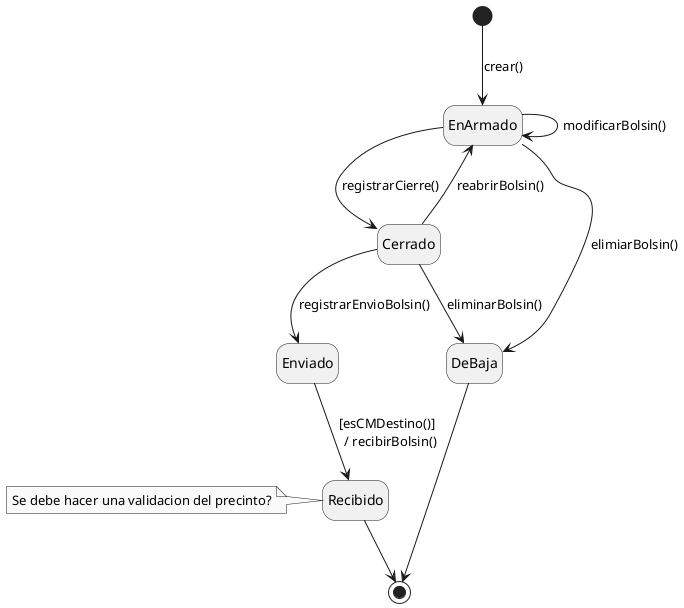
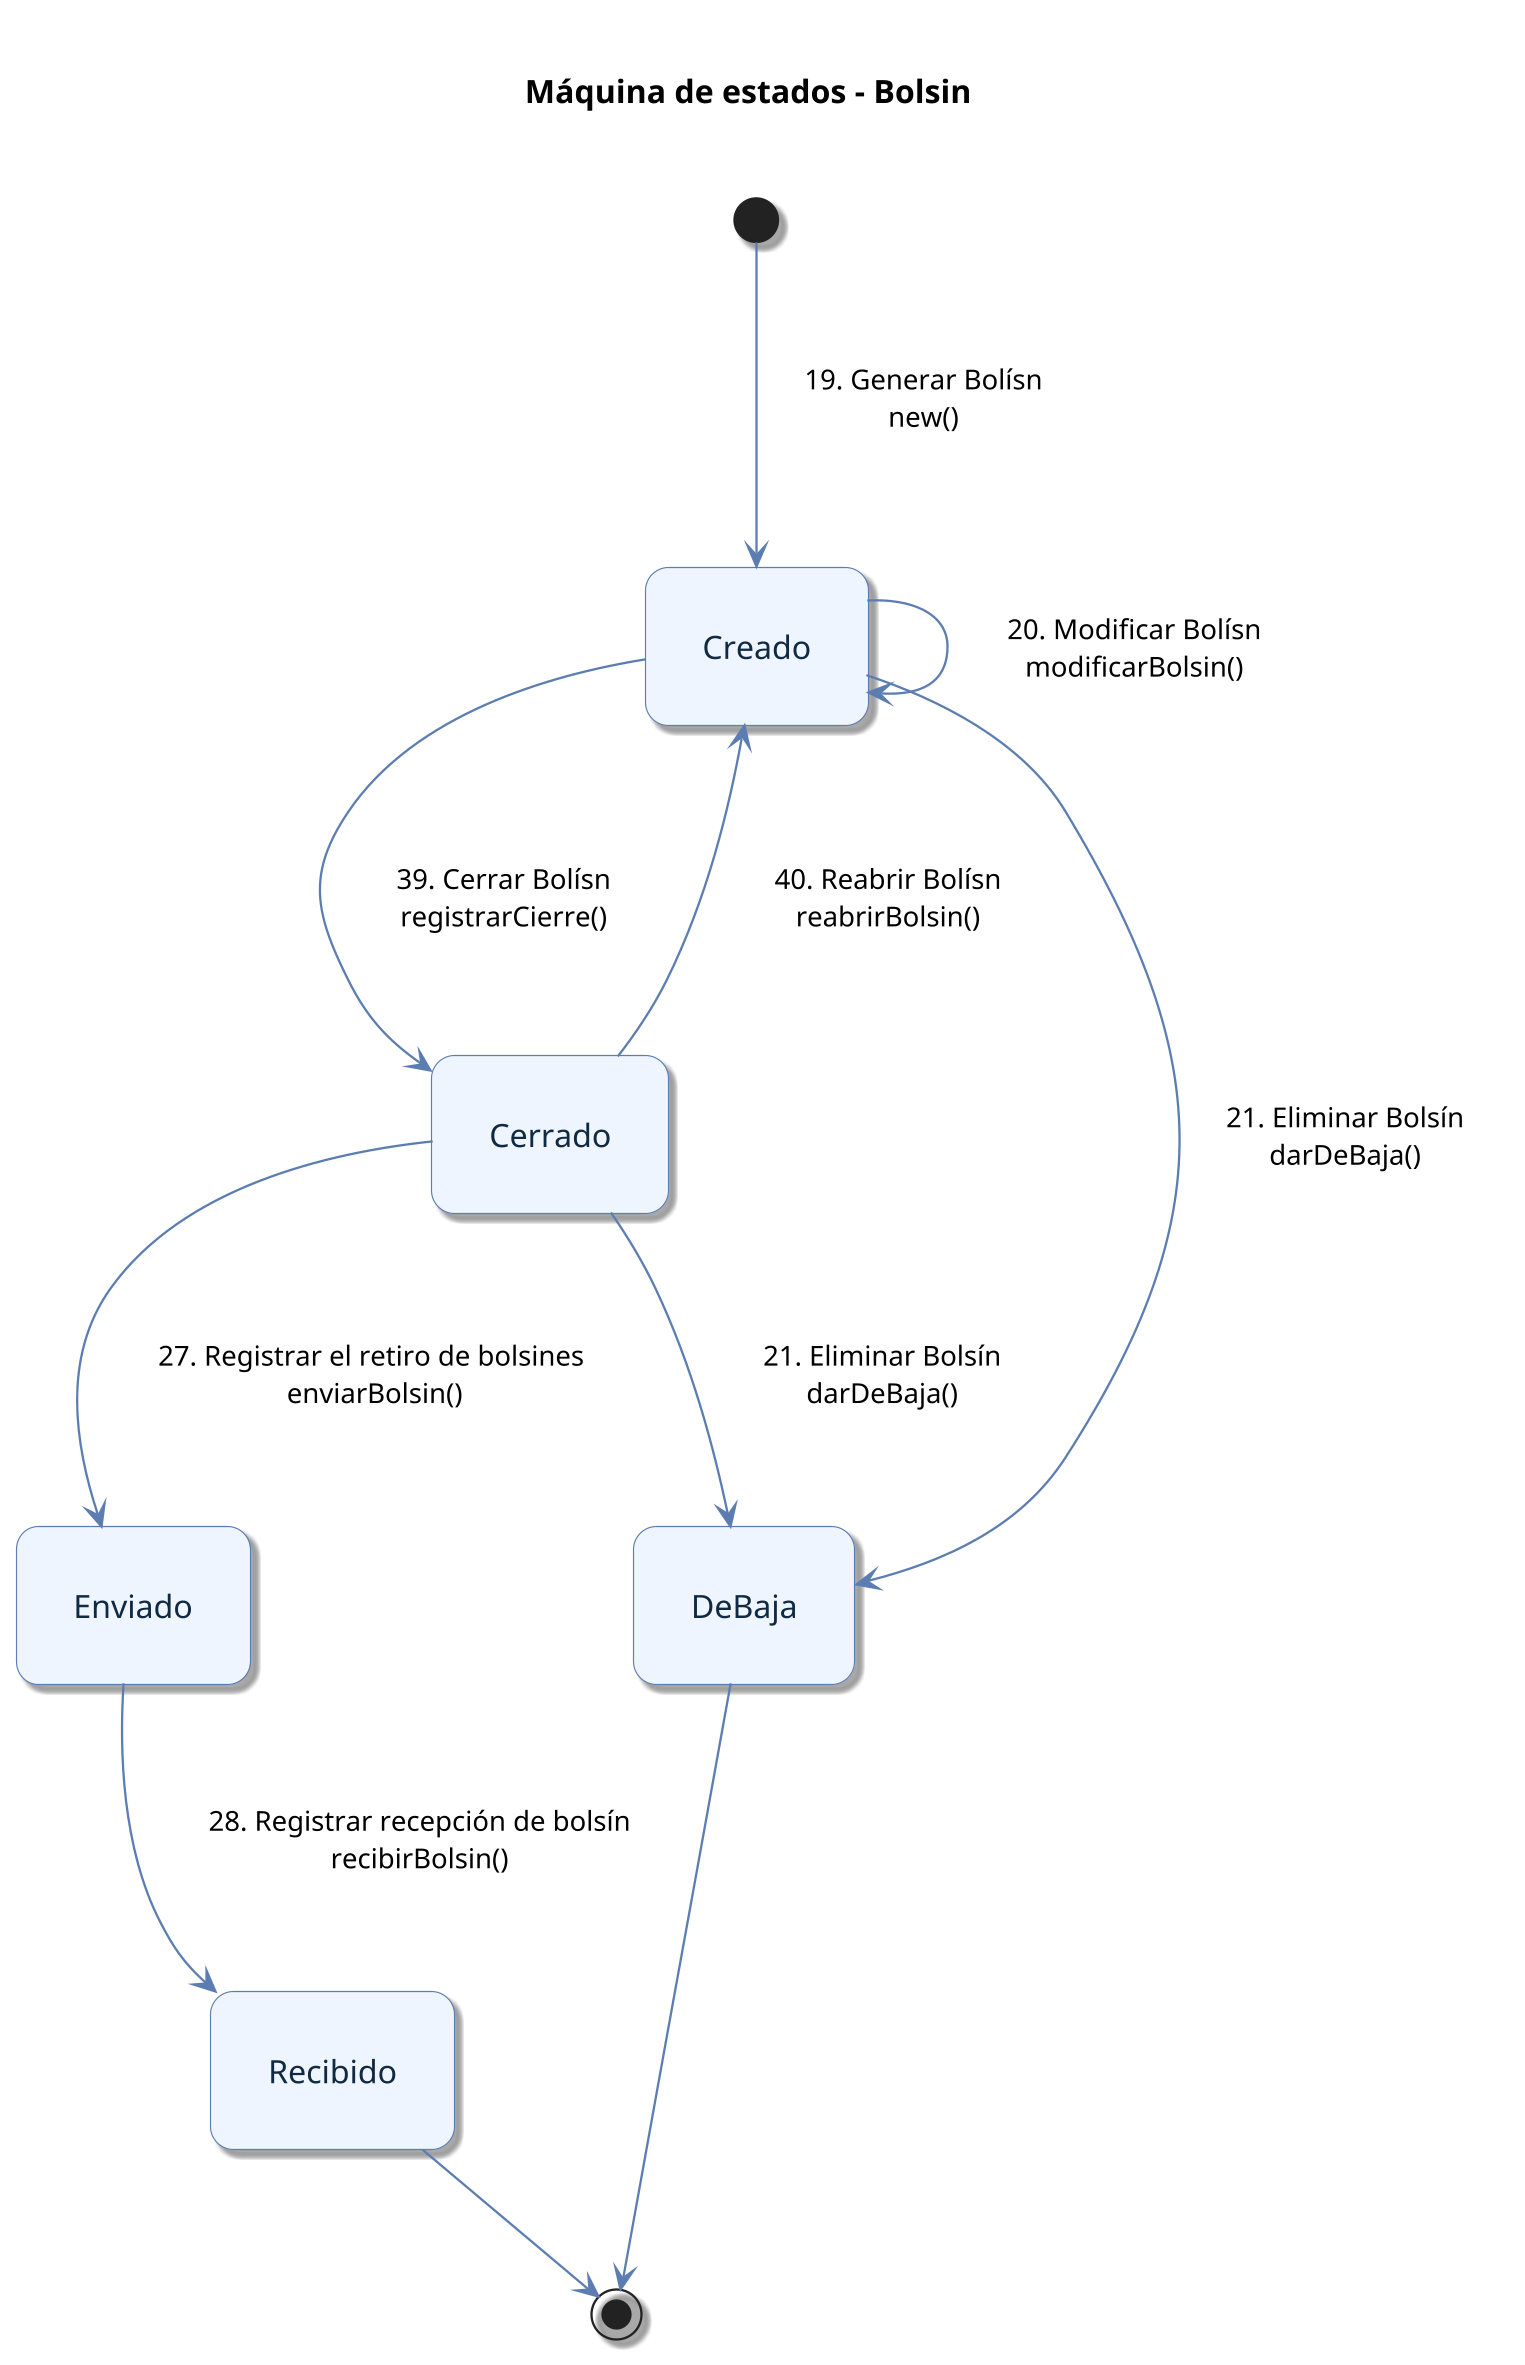
@startuml "Bolsin"

+ skinparam dpi 200
+ skinparam backgroundColor #ffffff
+ skinparam shadowing true
+ skinparam roundcorner 20
+ skinparam padding 20
+ skinparam state {
+   BackgroundColor #eef5ff
+   BorderColor #5b7db1
+   ArrowColor #5b7db1
+   FontName Arial
+   FontSize 14
+   FontColor #102a43
+ }
+ skinparam ArrowFontName Arial
+ skinparam ArrowFontSize 12
+ skinparam note {
+   BackgroundColor #ffffff
+   BorderColor #5b7db1
+ }
+ 
+ scale 1.1
+ 
hide empty description
- skinparam monochrome true
- skinparam shadowing false
+ title Máquina de estados - Bolsin

- state EnArmado
+ state Creado
state Cerrado
state Enviado
state Recibido
state DeBaja

- [*] --> EnArmado : crear()
- EnArmado --> Cerrado : registrarCierre()
- EnArmado --> EnArmado : modificarBolsin()
- Cerrado --> EnArmado : reabrirBolsin()
- Cerrado --> Enviado : registrarEnvioBolsin()
- EnArmado --> DeBaja : elimiarBolsin()
- Cerrado --> DeBaja : eliminarBolsin()
- Enviado --> Recibido : [esCMDestino()] \n / recibirBolsin()
+ [*] --> Creado : 19. Generar Bolísn\nnew()
+ Creado --> Cerrado : 39. Cerrar Bolísn\nregistrarCierre()
+ Creado --> Creado : 20. Modificar Bolísn\nmodificarBolsin()
+ Cerrado --> Creado : 40. Reabrir Bolísn\nreabrirBolsin()
+ Cerrado --> Enviado : 27. Registrar el retiro de bolsines \nenviarBolsin()
+ Creado --> DeBaja : 21. Eliminar Bolsín\ndarDeBaja()
+ Cerrado --> DeBaja : 21. Eliminar Bolsín\ndarDeBaja()
+ Enviado --> Recibido : 28. Registrar recepción de bolsín\nrecibirBolsin()
Recibido --> [*]
DeBaja --> [*]

- note left of Recibido
-     Se debe hacer una validacion del precinto?
- endnote
- 
@enduml